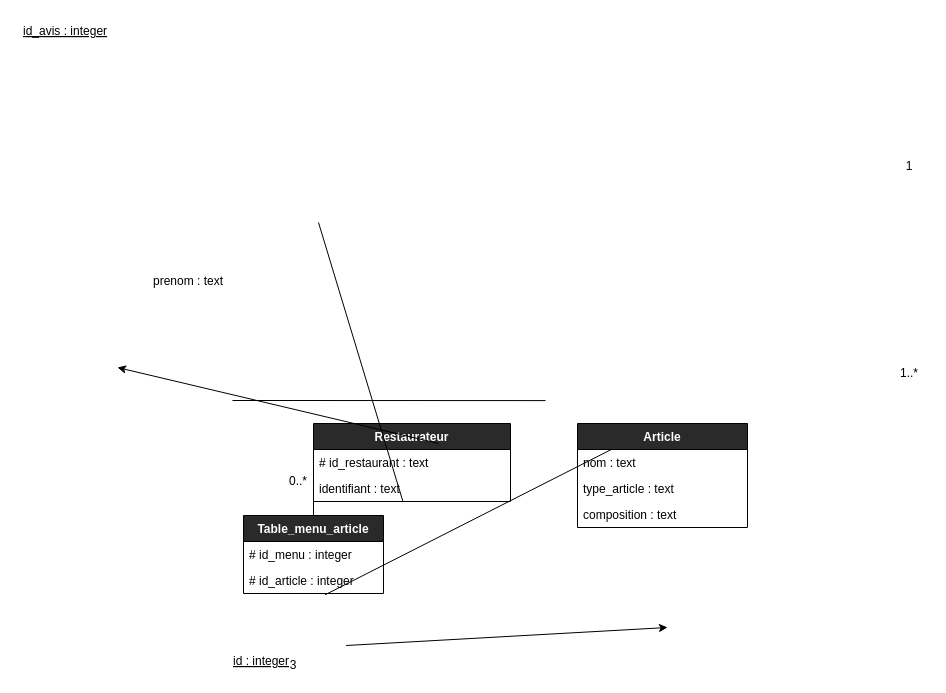
Before: diagrammes/diagramme_logique.drawio in TheAIWizard/Ensaeats, a draw.io diagram. Source tidied: cells renumbered, new cells numbered last; positions are measured from the earlier drawing's top-left corner, leaving out a move shared by most shapes. Both pictures are drawn from the tidied source at 100%, with x=0, y=0 at pixel (17, 17).
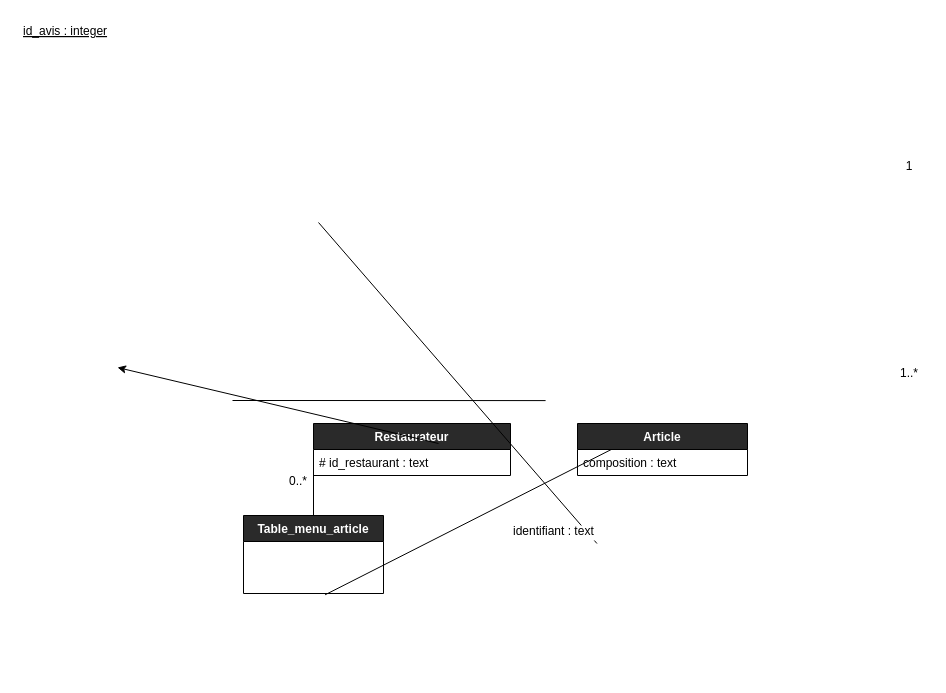
The same diagram, later.

Unchanged cells that the change refers to:
```xml
<mxCell id="18" value="Table_menu_article" style="swimlane;fontStyle=1;horizontal=1;startSize=26;rounded=0;shadow=0;glass=0;sketch=0;fillColor=#2a2a2a;fontColor=#FFFFFF;" parent="1" vertex="1">
  <mxGeometry x="226" y="498" width="140" height="78" as="geometry" />
</mxCell>
```

Change to the diagram source:
```diff
@@
     <mxCell id="5" value="Restaurateur" style="swimlane;fontStyle=1;horizontal=1;startSize=26;rounded=0;shadow=0;glass=0;sketch=0;fillColor=#2a2a2a;fontColor=#FFFFFF;" parent="1" vertex="1">
-      <mxGeometry x="296" y="406" width="197" height="78" as="geometry" />
+      <mxGeometry x="296" y="406" width="197" height="52" as="geometry" />
     </mxCell>
@@
-    <mxCell id="7" value="identifiant : text" style="text;strokeColor=none;fillColor=none;align=left;verticalAlign=top;spacingLeft=4;spacingRight=4;overflow=hidden;points=[[0,0.5],[1,0.5]];portConstraint=eastwest;labelBackgroundColor=#ffffff;fontColor=#000000;" parent="5" vertex="1">
-      <mxGeometry y="52" width="197" height="26" as="geometry" />
-    </mxCell>
@@
-    <mxCell id="9" style="edgeStyle=none;html=1;exitX=0.5;exitY=0;exitDx=0;exitDy=0;entryX=0.583;entryY=1.049;entryDx=0;entryDy=0;entryPerimeter=0;endArrow=none;endFill=0;strokeColor=#000000;" parent="1" edge="1" source="11" target="20">
-      <mxGeometry relative="1" as="geometry" />
+    <mxCell id="9" style="edgeStyle=none;html=1;exitX=0.5;exitY=0;exitDx=0;exitDy=0;entryX=0.583;entryY=1.049;entryDx=0;entryDy=0;entryPerimeter=0;endArrow=none;endFill=0;strokeColor=#000000;" parent="1" edge="1" source="11">
+      <mxGeometry relative="1" as="geometry">
+        <mxPoint x="307.6" y="577.3" as="targetPoint" />
+      </mxGeometry>
     </mxCell>
-    <mxCell id="10" style="edgeStyle=none;html=1;exitX=0.847;exitY=-0.077;exitDx=0;exitDy=0;exitPerimeter=0;" parent="1" edge="1" source="25">
-      <mxGeometry relative="1" as="geometry">
-        <mxPoint x="650" y="610" as="targetPoint" />
-      </mxGeometry>
-    </mxCell>
     <mxCell id="11" value="Article" style="swimlane;fontStyle=1;horizontal=1;startSize=26;rounded=0;shadow=0;glass=0;sketch=0;fillColor=#2a2a2a;fontColor=#FFFFFF;" parent="1" vertex="1">
-      <mxGeometry x="560" y="406" width="170" height="104" as="geometry" />
+      <mxGeometry x="560" y="406" width="170" height="52" as="geometry" />
     </mxCell>
-    <mxCell id="12" value="nom : text" style="text;strokeColor=none;fillColor=none;align=left;verticalAlign=top;spacingLeft=4;spacingRight=4;overflow=hidden;fontColor=#000000;" parent="11" vertex="1">
-      <mxGeometry y="26" width="170" height="26" as="geometry" />
-    </mxCell>
-    <mxCell id="13" value="type_article : text" style="text;strokeColor=none;fillColor=none;align=left;verticalAlign=top;spacingLeft=4;spacingRight=4;overflow=hidden;fontColor=#000000;" parent="11" vertex="1">
-      <mxGeometry y="52" width="170" height="26" as="geometry" />
-    </mxCell>
     <mxCell id="14" value="composition : text" style="text;strokeColor=none;fillColor=none;align=left;verticalAlign=top;spacingLeft=4;spacingRight=4;overflow=hidden;rounded=0;shadow=0;glass=0;sketch=0;fontColor=#000000;" parent="11" vertex="1">
-      <mxGeometry y="78" width="170" height="26" as="geometry" />
+      <mxGeometry y="26" width="170" height="26" as="geometry" />
     </mxCell>
@@
-    <mxCell id="16" value="&lt;font color=&quot;#000000&quot;&gt;3&lt;/font&gt;" style="text;html=1;strokeColor=none;fillColor=none;align=center;verticalAlign=middle;whiteSpace=wrap;rounded=0;shadow=0;glass=0;sketch=0;" parent="1" vertex="1">
-      <mxGeometry x="256" y="638" width="40" height="20" as="geometry" />
-    </mxCell>
@@
-    <mxCell id="19" value="# id_menu : integer" style="text;strokeColor=none;fillColor=none;align=left;verticalAlign=top;spacingLeft=4;spacingRight=4;overflow=hidden;fontColor=#000000;" parent="18" vertex="1">
-      <mxGeometry y="26" width="140" height="26" as="geometry" />
-    </mxCell>
-    <mxCell id="20" value="# id_article : integer" style="text;strokeColor=none;fillColor=none;align=left;verticalAlign=top;spacingLeft=4;spacingRight=4;overflow=hidden;points=[[0,0.5],[1,0.5]];portConstraint=eastwest;fontColor=#000000;" parent="18" vertex="1">
-      <mxGeometry y="52" width="140" height="26" as="geometry" />
-    </mxCell>
@@
-    <mxCell id="24" value="prenom : text&#10;" style="text;strokeColor=none;fillColor=none;align=left;verticalAlign=top;spacingLeft=4;spacingRight=4;overflow=hidden;fontColor=#000000;" parent="1" vertex="1">
-      <mxGeometry x="130" y="250" width="197" height="26" as="geometry" />
-    </mxCell>
-    <mxCell id="25" value="id : integer" style="text;strokeColor=none;fillColor=none;align=left;verticalAlign=top;spacingLeft=4;spacingRight=4;overflow=hidden;points=[[0,0.5],[1,0.5]];portConstraint=eastwest;fontStyle=4;fontColor=#000000;" parent="1" vertex="1">
-      <mxGeometry x="210" y="630" width="140" height="26" as="geometry" />
-    </mxCell>
+    <mxCell id="7" value="identifiant : text" style="text;strokeColor=none;fillColor=none;align=left;verticalAlign=top;spacingLeft=4;spacingRight=4;overflow=hidden;points=[[0,0.5],[1,0.5]];portConstraint=eastwest;labelBackgroundColor=#ffffff;fontColor=#000000;" parent="1" vertex="1">
+      <mxGeometry x="490" y="500" width="197" height="26" as="geometry" />
+    </mxCell>
```
